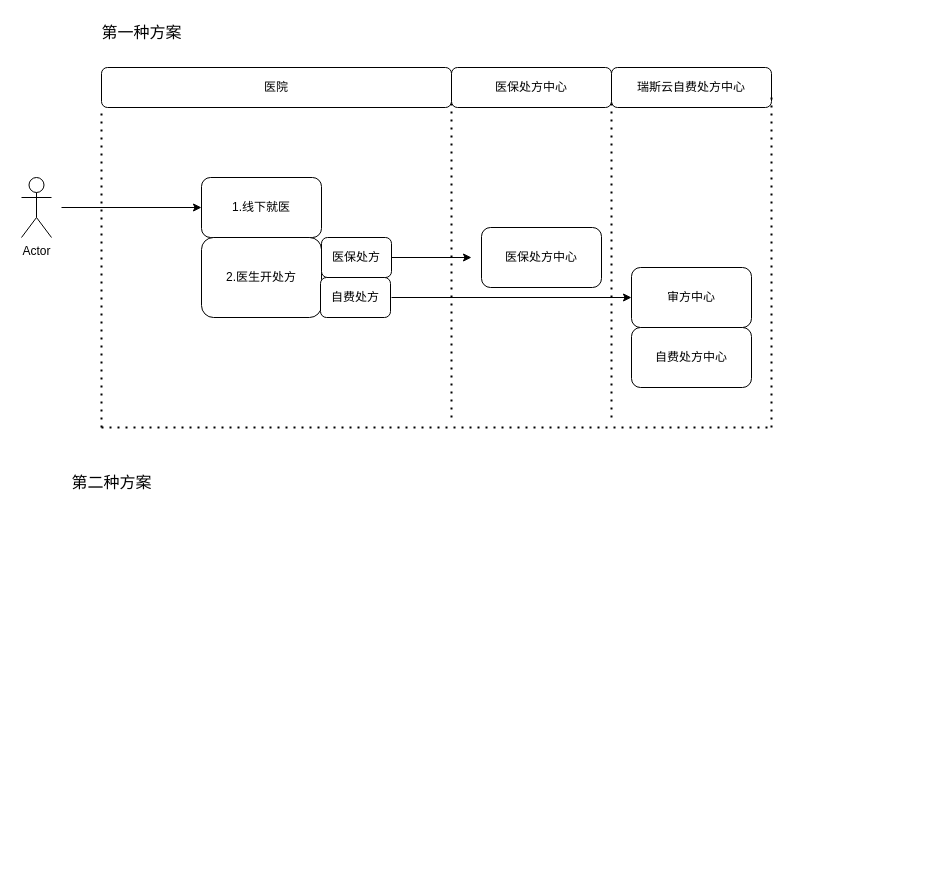
Above: 未命名绘图.drawio in yangyutf/jeinkins (draw.io), before the change. Source tidied: cells renumbered, new cells numbered last; positions are measured from the earlier drawing's top-left corner, leaving out a move shared by most shapes. Both pictures are drawn from the tidied source at 100%, with x=0, y=0 at pixel (21, 17).
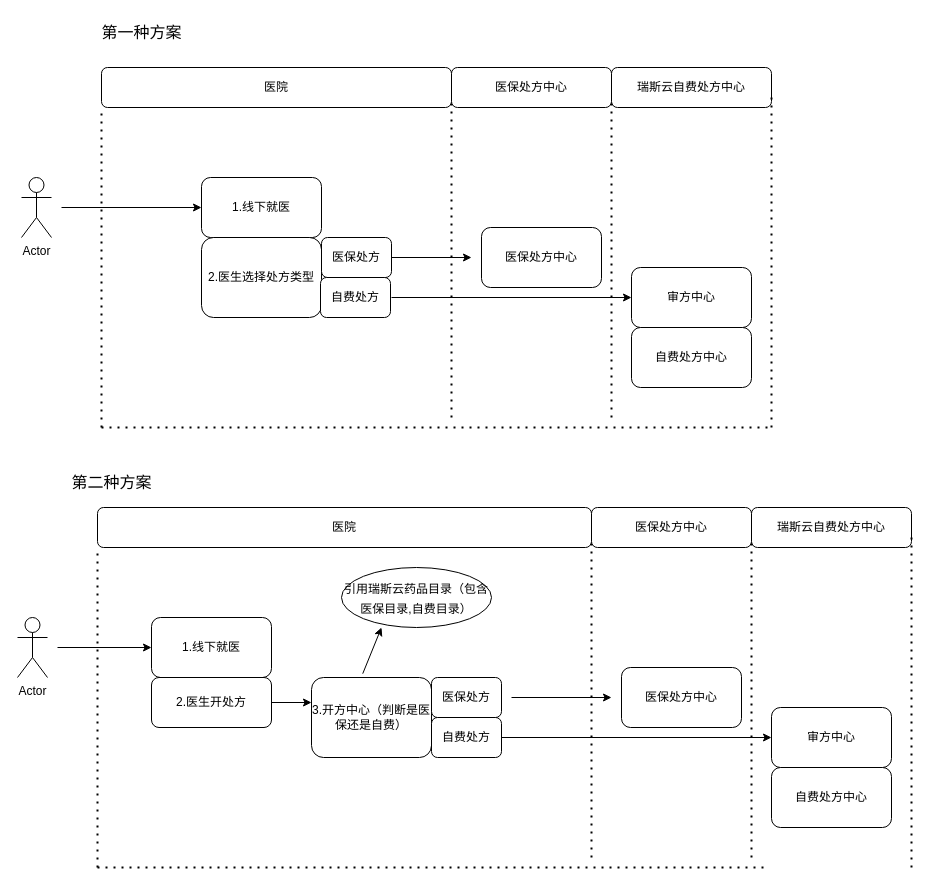
The same diagram, later.

Commit message (it also covers changes not shown here):
更新未命名绘图.drawio

Diff of the diagram source:
```diff
@@
-    <mxCell id="9" value="2.医生开处方" style="rounded=1;whiteSpace=wrap;html=1;" parent="1" vertex="1">
+    <mxCell id="9" value="2.医生选择处方类型" style="rounded=1;whiteSpace=wrap;html=1;" parent="1" vertex="1">
       <mxGeometry x="180" y="220" width="120" height="80" as="geometry" />
     </mxCell>
@@
+    <mxCell id="23" value="医院" style="rounded=1;whiteSpace=wrap;html=1;" parent="1" vertex="1">
+      <mxGeometry x="76" y="490" width="494" height="40" as="geometry" />
+    </mxCell>
+    <mxCell id="24" value="Actor" style="shape=umlActor;verticalLabelPosition=bottom;verticalAlign=top;html=1;" parent="1" vertex="1">
+      <mxGeometry x="-4" y="600" width="30" height="60" as="geometry" />
+    </mxCell>
+    <mxCell id="25" style="endArrow=none;dashed=1;html=1;dashPattern=1 3;strokeWidth=2;rounded=0;entryX=0;entryY=1;entryDx=0;entryDy=0;" parent="1" edge="1" target="23">
+      <mxGeometry relative="1" as="geometry">
+        <mxPoint x="76" y="850" as="sourcePoint" />
+      </mxGeometry>
+    </mxCell>
+    <mxCell id="26" style="endArrow=none;dashed=1;html=1;dashPattern=1 3;strokeWidth=2;rounded=0;entryX=0;entryY=1;entryDx=0;entryDy=0;" parent="1" edge="1">
+      <mxGeometry relative="1" as="geometry">
+        <mxPoint x="570" y="840" as="sourcePoint" />
+        <mxPoint x="570" y="520" as="targetPoint" />
+      </mxGeometry>
+    </mxCell>
+    <mxCell id="27" style="endArrow=classic;html=1;rounded=0;" parent="1" edge="1">
+      <mxGeometry relative="1" as="geometry">
+        <mxPoint x="36" y="630" as="sourcePoint" />
+        <mxPoint x="130" y="630" as="targetPoint" />
+      </mxGeometry>
+    </mxCell>
+    <mxCell id="28" value="1.线下就医" style="rounded=1;whiteSpace=wrap;html=1;" parent="1" vertex="1">
+      <mxGeometry x="130" y="600" width="120" height="60" as="geometry" />
+    </mxCell>
+    <mxCell id="29" value="2.医生开处方" style="rounded=1;whiteSpace=wrap;html=1;" parent="1" vertex="1">
+      <mxGeometry x="130" y="660" width="120" height="50" as="geometry" />
+    </mxCell>
+    <mxCell id="30" value="医保处方中心" style="rounded=1;whiteSpace=wrap;html=1;" parent="1" vertex="1">
+      <mxGeometry x="570" y="490" width="160" height="40" as="geometry" />
+    </mxCell>
+    <mxCell id="31" value="瑞斯云自费处方中心" style="rounded=1;whiteSpace=wrap;html=1;" parent="1" vertex="1">
+      <mxGeometry x="730" y="490" width="160" height="40" as="geometry" />
+    </mxCell>
+    <mxCell id="32" style="endArrow=none;dashed=1;html=1;dashPattern=1 3;strokeWidth=2;rounded=0;entryX=0;entryY=1;entryDx=0;entryDy=0;" parent="1" edge="1">
+      <mxGeometry relative="1" as="geometry">
+        <mxPoint x="730" y="840" as="sourcePoint" />
+        <mxPoint x="730" y="520" as="targetPoint" />
+      </mxGeometry>
+    </mxCell>
+    <mxCell id="33" value="医保处方中心" style="rounded=1;whiteSpace=wrap;html=1;" parent="1" vertex="1">
+      <mxGeometry x="600" y="650" width="120" height="60" as="geometry" />
+    </mxCell>
+    <mxCell id="34" value="审方中心" style="rounded=1;whiteSpace=wrap;html=1;" parent="1" vertex="1">
+      <mxGeometry x="750" y="690" width="120" height="60" as="geometry" />
+    </mxCell>
+    <mxCell id="35" style="endArrow=none;dashed=1;html=1;dashPattern=1 3;strokeWidth=2;rounded=0;entryX=0;entryY=1;entryDx=0;entryDy=0;" parent="1" edge="1">
+      <mxGeometry relative="1" as="geometry">
+        <mxPoint x="890" y="850" as="sourcePoint" />
+        <mxPoint x="890" y="520" as="targetPoint" />
+      </mxGeometry>
+    </mxCell>
+    <mxCell id="36" style="endArrow=none;dashed=1;html=1;dashPattern=1 3;strokeWidth=2;rounded=0;" parent="1" edge="1">
+      <mxGeometry relative="1" as="geometry">
+        <mxPoint x="76" y="850" as="sourcePoint" />
+        <mxPoint x="746" y="850" as="targetPoint" />
+      </mxGeometry>
+    </mxCell>
+    <mxCell id="37" value="自费处方中心" style="rounded=1;whiteSpace=wrap;html=1;" parent="1" vertex="1">
+      <mxGeometry x="750" y="750" width="120" height="60" as="geometry" />
+    </mxCell>
+    <mxCell id="38" value="3.开方中心（判断是医保还是自费）" style="rounded=1;whiteSpace=wrap;html=1;" parent="1" vertex="1">
+      <mxGeometry x="290" y="660" width="120" height="80" as="geometry" />
+    </mxCell>
+    <mxCell id="39" style="endArrow=classic;html=1;rounded=0;fontSize=16;exitX=1;exitY=0.5;exitDx=0;exitDy=0;" parent="1" edge="1" source="29">
+      <mxGeometry relative="1" as="geometry">
+        <mxPoint x="290" y="685" as="targetPoint" />
+      </mxGeometry>
+    </mxCell>
+    <mxCell id="40" style="endArrow=classic;html=1;rounded=0;fontSize=16;exitX=0.427;exitY=-0.048;exitDx=0;exitDy=0;exitPerimeter=0;" parent="1" edge="1" source="38">
+      <mxGeometry relative="1" as="geometry">
+        <mxPoint x="360" y="610" as="targetPoint" />
+      </mxGeometry>
+    </mxCell>
+    <mxCell id="41" value="&lt;font style=&quot;font-size: 12px;&quot;&gt;引用瑞斯云药品目录（包含医保目录,自费目录）&lt;/font&gt;" style="ellipse;whiteSpace=wrap;html=1;fontSize=16;" parent="1" vertex="1">
+      <mxGeometry x="320" y="550" width="150" height="60" as="geometry" />
+    </mxCell>
+    <mxCell id="42" value="医保处方" style="rounded=1;whiteSpace=wrap;html=1;" parent="1" vertex="1">
+      <mxGeometry x="410" y="660" width="70" height="40" as="geometry" />
+    </mxCell>
+    <mxCell id="43" value="自费处方" style="rounded=1;whiteSpace=wrap;html=1;" parent="1" vertex="1">
+      <mxGeometry x="410" y="700" width="70" height="40" as="geometry" />
+    </mxCell>
+    <mxCell id="44" style="endArrow=classic;html=1;rounded=0;fontSize=12;" parent="1" edge="1">
+      <mxGeometry relative="1" as="geometry">
+        <mxPoint x="490" y="680" as="sourcePoint" />
+        <mxPoint x="590" y="680" as="targetPoint" />
+      </mxGeometry>
+    </mxCell>
+    <mxCell id="45" style="endArrow=classic;html=1;rounded=0;fontSize=12;exitX=1;exitY=0.5;exitDx=0;exitDy=0;entryX=0;entryY=0.5;entryDx=0;entryDy=0;" parent="1" edge="1" source="43" target="34">
+      <mxGeometry relative="1" as="geometry" />
+    </mxCell>
```
